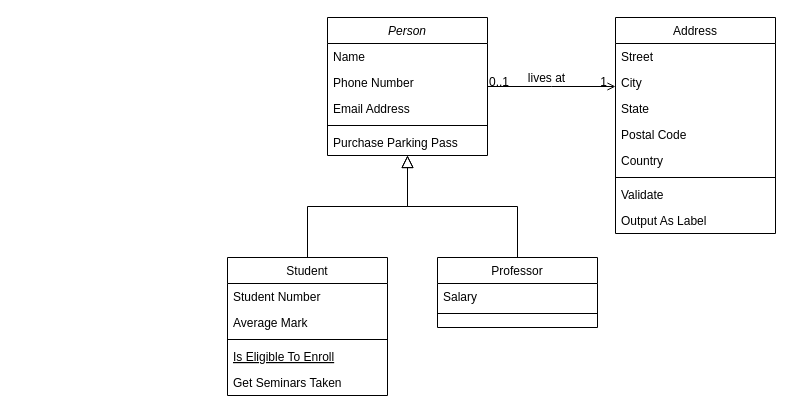
The draw.io diagram EventCheck.drawio in DoBryanCS/EventCheck, before the edit. Source tidied: cells renumbered, new cells numbered last; positions are measured from the earlier drawing's top-left corner, leaving out a move shared by most shapes. Both pictures are drawn from the tidied source at 100%, with x=0, y=0 at pixel (227, 17).
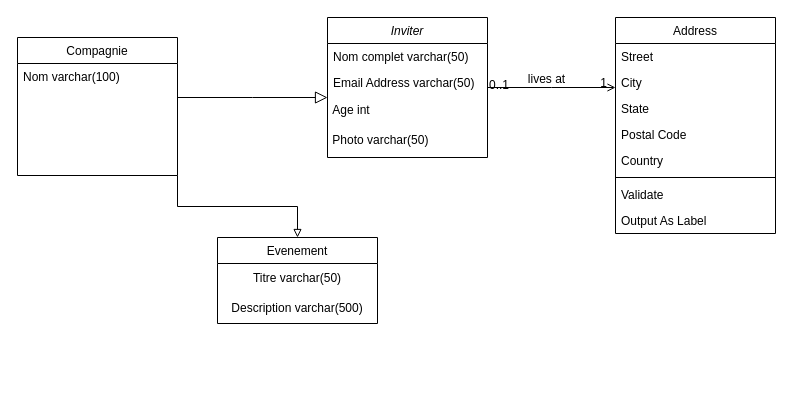
The same diagram, later.

Commit message:
Mettre à jour EventCheck.drawio

The change refers to these unchanged cells:
```xml
<mxCell id="28" style="endArrow=open;shadow=0;strokeWidth=1;rounded=0;endFill=1;edgeStyle=elbowEdgeStyle;elbow=vertical;" parent="1" edge="1" source="2" target="19">
  <mxGeometry x="0.5" y="41" relative="1" as="geometry">
    <mxPoint x="-40" y="32" as="offset" />
  </mxGeometry>
</mxCell>
```

Diff of the diagram source:
```diff
@@
-    <mxCell id="2" value="Person" style="swimlane;fontStyle=2;align=center;verticalAlign=top;horizontal=1;startSize=26;rounded=0;shadow=0;strokeWidth=1;" parent="1" vertex="1">
-      <mxGeometry x="100" width="160" height="138" as="geometry" />
+    <mxCell id="2" value="Inviter" style="swimlane;fontStyle=2;align=center;verticalAlign=top;horizontal=1;startSize=26;rounded=0;shadow=0;strokeWidth=1;" parent="1" vertex="1">
+      <mxGeometry x="100" width="160" height="140" as="geometry" />
     </mxCell>
-    <mxCell id="3" value="Name" style="text;align=left;verticalAlign=top;spacingLeft=4;spacingRight=4;overflow=hidden;" parent="2" vertex="1">
+    <mxCell id="3" value="Nom complet varchar(50)" style="text;align=left;verticalAlign=top;spacingLeft=4;spacingRight=4;overflow=hidden;" parent="2" vertex="1">
       <mxGeometry y="26" width="160" height="26" as="geometry" />
     </mxCell>
-    <mxCell id="4" value="Phone Number" style="text;align=left;verticalAlign=top;spacingLeft=4;spacingRight=4;overflow=hidden;rounded=0;shadow=0;html=0;" parent="2" vertex="1">
-      <mxGeometry y="52" width="160" height="26" as="geometry" />
-    </mxCell>
-    <mxCell id="5" value="Email Address" style="text;align=left;verticalAlign=top;spacingLeft=4;spacingRight=4;overflow=hidden;rounded=0;shadow=0;html=0;" parent="2" vertex="1">
-      <mxGeometry y="78" width="160" height="26" as="geometry" />
+    <mxCell id="5" value="Email Address varchar(50)" style="text;align=left;verticalAlign=top;spacingLeft=4;spacingRight=4;overflow=hidden;rounded=0;shadow=0;html=0;" parent="2" vertex="1">
+      <mxGeometry y="52" width="160" height="26" as="geometry" />
     </mxCell>
-    <mxCell id="6" style="line;html=1;strokeWidth=1;align=left;verticalAlign=middle;spacingTop=-1;spacingLeft=3;spacingRight=3;labelPosition=right;" parent="2" vertex="1">
-      <mxGeometry y="104" width="160" height="8" as="geometry" />
-    </mxCell>
-    <mxCell id="7" value="Purchase Parking Pass" style="text;align=left;verticalAlign=top;spacingLeft=4;spacingRight=4;overflow=hidden;" parent="2" vertex="1">
-      <mxGeometry y="112" width="160" height="26" as="geometry" />
-    </mxCell>
+    <mxCell id="32" value="&amp;nbsp;Age int" style="text;strokeColor=none;align=left;fillColor=none;html=1;verticalAlign=middle;whiteSpace=wrap;rounded=0;" parent="2" vertex="1">
+      <mxGeometry y="78" width="160" height="30" as="geometry" />
+    </mxCell>
+    <mxCell id="33" value="&amp;nbsp;Photo varchar(50)" style="text;strokeColor=none;align=left;fillColor=none;html=1;verticalAlign=middle;whiteSpace=wrap;rounded=0;" parent="2" vertex="1">
+      <mxGeometry y="108" width="160" height="30" as="geometry" />
+    </mxCell>
-    <mxCell id="8" value="Student" style="swimlane;fontStyle=0;align=center;verticalAlign=top;horizontal=1;startSize=26;rounded=0;shadow=0;strokeWidth=1;" parent="1" vertex="1">
-      <mxGeometry y="240" width="160" height="138" as="geometry" />
+    <mxCell id="8" value="Compagnie" style="swimlane;fontStyle=0;align=center;verticalAlign=top;horizontal=1;startSize=26;rounded=0;shadow=0;strokeWidth=1;" parent="1" vertex="1">
+      <mxGeometry x="-210" y="20" width="160" height="138" as="geometry" />
     </mxCell>
-    <mxCell id="9" value="Student Number" style="text;align=left;verticalAlign=top;spacingLeft=4;spacingRight=4;overflow=hidden;" parent="8" vertex="1">
+    <mxCell id="9" value="Nom varchar(100)" style="text;align=left;verticalAlign=top;spacingLeft=4;spacingRight=4;overflow=hidden;" parent="8" vertex="1">
       <mxGeometry y="26" width="160" height="26" as="geometry" />
     </mxCell>
-    <mxCell id="10" value="Average Mark" style="text;align=left;verticalAlign=top;spacingLeft=4;spacingRight=4;overflow=hidden;rounded=0;shadow=0;html=0;" parent="8" vertex="1">
-      <mxGeometry y="52" width="160" height="26" as="geometry" />
-    </mxCell>
-    <mxCell id="11" style="line;html=1;strokeWidth=1;align=left;verticalAlign=middle;spacingTop=-1;spacingLeft=3;spacingRight=3;labelPosition=right;" parent="8" vertex="1">
-      <mxGeometry y="78" width="160" height="8" as="geometry" />
-    </mxCell>
-    <mxCell id="12" value="Is Eligible To Enroll" style="text;align=left;verticalAlign=top;spacingLeft=4;spacingRight=4;overflow=hidden;fontStyle=4;" parent="8" vertex="1">
-      <mxGeometry y="86" width="160" height="26" as="geometry" />
-    </mxCell>
-    <mxCell id="13" value="Get Seminars Taken" style="text;align=left;verticalAlign=top;spacingLeft=4;spacingRight=4;overflow=hidden;" parent="8" vertex="1">
-      <mxGeometry y="112" width="160" height="26" as="geometry" />
-    </mxCell>
@@
-    <mxCell id="15" value="Professor" style="swimlane;fontStyle=0;align=center;verticalAlign=top;horizontal=1;startSize=26;rounded=0;shadow=0;strokeWidth=1;" parent="1" vertex="1">
-      <mxGeometry x="210" y="240" width="160" height="70" as="geometry" />
+    <mxCell id="15" value="Evenement" style="swimlane;fontStyle=0;align=center;verticalAlign=top;horizontal=1;startSize=26;rounded=0;shadow=0;strokeWidth=1;" parent="1" vertex="1">
+      <mxGeometry x="-10" y="220" width="160" height="86" as="geometry" />
     </mxCell>
-    <mxCell id="16" value="Salary" style="text;align=left;verticalAlign=top;spacingLeft=4;spacingRight=4;overflow=hidden;" parent="15" vertex="1">
-      <mxGeometry y="26" width="160" height="26" as="geometry" />
-    </mxCell>
-    <mxCell id="17" style="line;html=1;strokeWidth=1;align=left;verticalAlign=middle;spacingTop=-1;spacingLeft=3;spacingRight=3;labelPosition=right;" parent="15" vertex="1">
-      <mxGeometry y="52" width="160" height="8" as="geometry" />
-    </mxCell>
+    <mxCell id="34" value="Titre varchar(50)" style="text;strokeColor=none;align=center;fillColor=none;html=1;verticalAlign=middle;whiteSpace=wrap;rounded=0;" parent="15" vertex="1">
+      <mxGeometry y="26" width="160" height="30" as="geometry" />
+    </mxCell>
+    <mxCell id="35" value="Description varchar(500)" style="text;strokeColor=none;align=center;fillColor=none;html=1;verticalAlign=middle;whiteSpace=wrap;rounded=0;" parent="15" vertex="1">
+      <mxGeometry y="56" width="160" height="30" as="geometry" />
+    </mxCell>
-    <mxCell id="18" style="endArrow=block;endSize=10;endFill=0;shadow=0;strokeWidth=1;rounded=0;edgeStyle=elbowEdgeStyle;elbow=vertical;" parent="1" edge="1" source="15" target="2">
+    <mxCell id="18" style="endArrow=none;endSize=10;endFill=0;shadow=0;strokeWidth=1;rounded=0;edgeStyle=elbowEdgeStyle;elbow=vertical;entryX=1;entryY=1;entryDx=0;entryDy=0;startArrow=block;startFill=0;" parent="1" edge="1" source="15" target="8">
       <mxGeometry relative="1" as="geometry" />
     </mxCell>
@@
     <mxCell id="29" value="0..1" style="align=left;verticalAlign=bottom;labelBackgroundColor=none;fontSize=12;" parent="28" vertex="1">
       <mxGeometry x="-1" relative="1" as="geometry">
-        <mxPoint y="4" as="offset" />
+        <mxPoint y="6" as="offset" />
       </mxGeometry>
     </mxCell>
```
